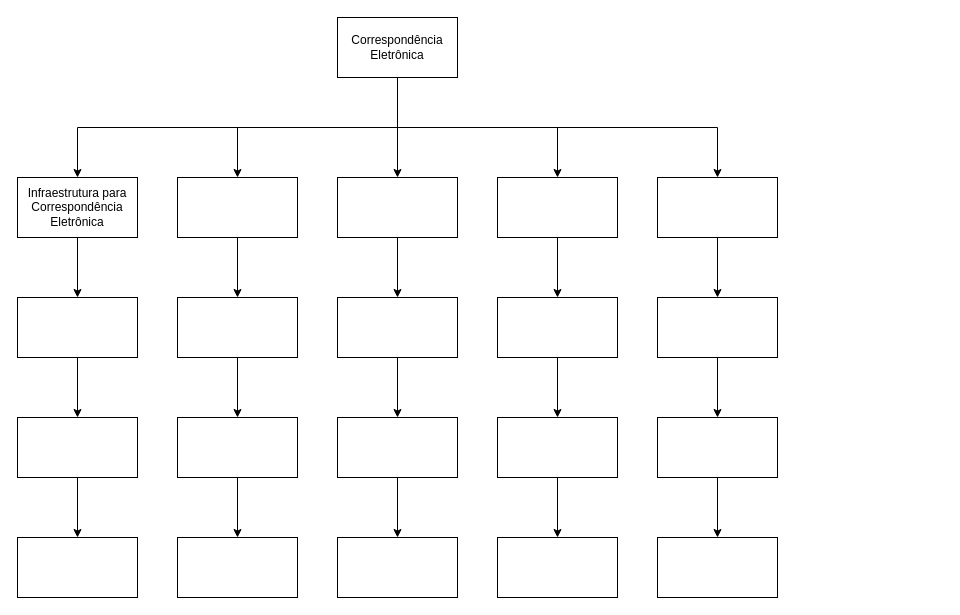
The draw.io diagram AVA 01-10-2023.drawio in John-The-Fox/4-semestre, before the edit. Source tidied: cells renumbered, new cells numbered last; positions are measured from the earlier drawing's top-left corner, leaving out a move shared by most shapes. Both pictures are drawn from the tidied source at 100%, with x=0, y=0 at pixel (17, 17).
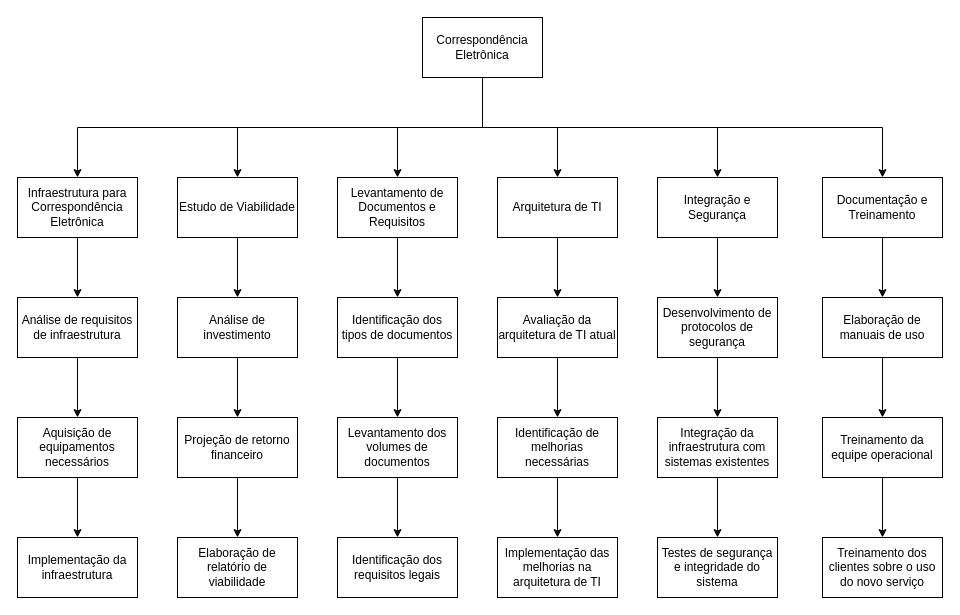
Above is the later version.

The edit, as a diff of the source:
```diff
@@
+    <mxCell id="43" style="edgeStyle=orthogonalEdgeStyle;rounded=0;jettySize=auto;html=1;exitX=0.5;exitY=1;exitDx=0;exitDy=0;" parent="1" edge="1" source="7" target="45">
+      <mxGeometry relative="1" as="geometry" />
+    </mxCell>
     <mxCell id="7" value="Correspondência Eletrônica&lt;span id=&quot;docs-internal-guid-e67e9642-7fff-54b9-82e5-9a89ee6bfa45&quot;&gt;&lt;/span&gt;" style="rounded=0;whiteSpace=wrap;html=1;" parent="1" vertex="1">
-      <mxGeometry x="320" width="120" height="60" as="geometry" />
+      <mxGeometry x="405" width="120" height="60" as="geometry" />
     </mxCell>
@@
-    <mxCell id="9" style="rounded=0;whiteSpace=wrap;html=1;" parent="1" vertex="1">
+    <mxCell id="9" value="Levantamento de Documentos e Requisitos" style="rounded=0;whiteSpace=wrap;html=1;" parent="1" vertex="1">
       <mxGeometry x="320" y="160" width="120" height="60" as="geometry" />
     </mxCell>
@@
-    <mxCell id="11" style="rounded=0;whiteSpace=wrap;html=1;" parent="1" vertex="1">
+    <mxCell id="11" value="Estudo de Viabilidade" style="rounded=0;whiteSpace=wrap;html=1;" parent="1" vertex="1">
       <mxGeometry x="160" y="160" width="120" height="60" as="geometry" />
     </mxCell>
@@
-    <mxCell id="13" style="rounded=0;whiteSpace=wrap;html=1;" parent="1" vertex="1">
+    <mxCell id="13" value="Arquitetura de TI" style="rounded=0;whiteSpace=wrap;html=1;" parent="1" vertex="1">
       <mxGeometry x="480" y="160" width="120" height="60" as="geometry" />
     </mxCell>
@@
-    <mxCell id="17" style="rounded=0;whiteSpace=wrap;html=1;" parent="1" vertex="1">
+    <mxCell id="17" value="Integração e Segurança" style="rounded=0;whiteSpace=wrap;html=1;" parent="1" vertex="1">
       <mxGeometry x="640" y="160" width="120" height="60" as="geometry" />
     </mxCell>
@@
-    <mxCell id="19" style="rounded=0;whiteSpace=wrap;html=1;" parent="1" vertex="1">
+    <mxCell id="19" value="Identificação dos tipos de documentos" style="rounded=0;whiteSpace=wrap;html=1;" parent="1" vertex="1">
       <mxGeometry x="320" y="280" width="120" height="60" as="geometry" />
     </mxCell>
@@
-    <mxCell id="21" style="rounded=0;whiteSpace=wrap;html=1;" parent="1" vertex="1">
+    <mxCell id="21" value="Análise de investimento" style="rounded=0;whiteSpace=wrap;html=1;" parent="1" vertex="1">
       <mxGeometry x="160" y="280" width="120" height="60" as="geometry" />
     </mxCell>
@@
-    <mxCell id="23" style="rounded=0;whiteSpace=wrap;html=1;" parent="1" vertex="1">
+    <mxCell id="23" value="Avaliação da arquitetura de TI atual" style="rounded=0;whiteSpace=wrap;html=1;" parent="1" vertex="1">
       <mxGeometry x="480" y="280" width="120" height="60" as="geometry" />
     </mxCell>
@@
-    <mxCell id="25" style="rounded=0;whiteSpace=wrap;html=1;" parent="1" vertex="1">
+    <mxCell id="25" value="Análise de requisitos de infraestrutura" style="rounded=0;whiteSpace=wrap;html=1;" parent="1" vertex="1">
       <mxGeometry y="280" width="120" height="60" as="geometry" />
     </mxCell>
@@
-    <mxCell id="27" style="rounded=0;whiteSpace=wrap;html=1;" parent="1" vertex="1">
+    <mxCell id="27" value="Desenvolvimento de protocolos de segurança" style="rounded=0;whiteSpace=wrap;html=1;" parent="1" vertex="1">
       <mxGeometry x="640" y="280" width="120" height="60" as="geometry" />
     </mxCell>
@@
-    <mxCell id="29" style="rounded=0;whiteSpace=wrap;html=1;" parent="1" vertex="1">
+    <mxCell id="29" value="Levantamento dos volumes de documentos" style="rounded=0;whiteSpace=wrap;html=1;" parent="1" vertex="1">
       <mxGeometry x="320" y="400" width="120" height="60" as="geometry" />
     </mxCell>
@@
-    <mxCell id="31" style="rounded=0;whiteSpace=wrap;html=1;" parent="1" vertex="1">
+    <mxCell id="31" value="Projeção de retorno financeiro" style="rounded=0;whiteSpace=wrap;html=1;" parent="1" vertex="1">
       <mxGeometry x="160" y="400" width="120" height="60" as="geometry" />
     </mxCell>
@@
-    <mxCell id="33" style="rounded=0;whiteSpace=wrap;html=1;" parent="1" vertex="1">
+    <mxCell id="33" value=" Identificação de melhorias necessárias" style="rounded=0;whiteSpace=wrap;html=1;" parent="1" vertex="1">
       <mxGeometry x="480" y="400" width="120" height="60" as="geometry" />
     </mxCell>
@@
-    <mxCell id="35" style="rounded=0;whiteSpace=wrap;html=1;" parent="1" vertex="1">
+    <mxCell id="35" value="Aquisição de equipamentos necessários" style="rounded=0;whiteSpace=wrap;html=1;" parent="1" vertex="1">
       <mxGeometry y="400" width="120" height="60" as="geometry" />
     </mxCell>
@@
-    <mxCell id="37" style="rounded=0;whiteSpace=wrap;html=1;" parent="1" vertex="1">
+    <mxCell id="37" value="Integração da infraestrutura com sistemas existentes" style="rounded=0;whiteSpace=wrap;html=1;" parent="1" vertex="1">
       <mxGeometry x="640" y="400" width="120" height="60" as="geometry" />
     </mxCell>
-    <mxCell id="38" style="rounded=0;whiteSpace=wrap;html=1;" parent="1" vertex="1">
+    <mxCell id="38" value="Identificação dos requisitos legais" style="rounded=0;whiteSpace=wrap;html=1;" parent="1" vertex="1">
       <mxGeometry x="320" y="520" width="120" height="60" as="geometry" />
     </mxCell>
-    <mxCell id="39" style="rounded=0;whiteSpace=wrap;html=1;" parent="1" vertex="1">
+    <mxCell id="39" value="Elaboração de relatório de viabilidade" style="rounded=0;whiteSpace=wrap;html=1;" parent="1" vertex="1">
       <mxGeometry x="160" y="520" width="120" height="60" as="geometry" />
     </mxCell>
-    <mxCell id="40" style="rounded=0;whiteSpace=wrap;html=1;" parent="1" vertex="1">
+    <mxCell id="40" value="Implementação das melhorias na arquitetura de TI" style="rounded=0;whiteSpace=wrap;html=1;" parent="1" vertex="1">
       <mxGeometry x="480" y="520" width="120" height="60" as="geometry" />
     </mxCell>
-    <mxCell id="41" style="rounded=0;whiteSpace=wrap;html=1;" parent="1" vertex="1">
+    <mxCell id="41" value="Implementação da infraestrutura" style="rounded=0;whiteSpace=wrap;html=1;" parent="1" vertex="1">
       <mxGeometry y="520" width="120" height="60" as="geometry" />
     </mxCell>
-    <mxCell id="42" style="rounded=0;whiteSpace=wrap;html=1;" parent="1" vertex="1">
+    <mxCell id="42" value="Testes de segurança e integridade do sistema" style="rounded=0;whiteSpace=wrap;html=1;" parent="1" vertex="1">
       <mxGeometry x="640" y="520" width="120" height="60" as="geometry" />
     </mxCell>
+    <mxCell id="44" style="edgeStyle=orthogonalEdgeStyle;rounded=0;jettySize=auto;html=1;exitX=0.5;exitY=1;exitDx=0;exitDy=0;entryX=0.5;entryY=0;entryDx=0;entryDy=0;" parent="1" edge="1" source="45" target="47">
+      <mxGeometry relative="1" as="geometry" />
+    </mxCell>
+    <mxCell id="45" value="Documentação e Treinamento" style="rounded=0;whiteSpace=wrap;html=1;" parent="1" vertex="1">
+      <mxGeometry x="805" y="160" width="120" height="60" as="geometry" />
+    </mxCell>
+    <mxCell id="46" style="edgeStyle=orthogonalEdgeStyle;rounded=0;jettySize=auto;html=1;exitX=0.5;exitY=1;exitDx=0;exitDy=0;entryX=0.5;entryY=0;entryDx=0;entryDy=0;" parent="1" edge="1" source="47" target="49">
+      <mxGeometry relative="1" as="geometry" />
+    </mxCell>
+    <mxCell id="47" value="Elaboração de manuais de uso" style="rounded=0;whiteSpace=wrap;html=1;" parent="1" vertex="1">
+      <mxGeometry x="805" y="280" width="120" height="60" as="geometry" />
+    </mxCell>
+    <mxCell id="48" style="edgeStyle=orthogonalEdgeStyle;rounded=0;jettySize=auto;html=1;exitX=0.5;exitY=1;exitDx=0;exitDy=0;entryX=0.5;entryY=0;entryDx=0;entryDy=0;" parent="1" edge="1" source="49" target="50">
+      <mxGeometry relative="1" as="geometry" />
+    </mxCell>
+    <mxCell id="49" value="Treinamento da equipe operacional" style="rounded=0;whiteSpace=wrap;html=1;" parent="1" vertex="1">
+      <mxGeometry x="805" y="400" width="120" height="60" as="geometry" />
+    </mxCell>
+    <mxCell id="50" value="Treinamento dos clientes sobre o uso do novo serviço" style="rounded=0;whiteSpace=wrap;html=1;" parent="1" vertex="1">
+      <mxGeometry x="805" y="520" width="120" height="60" as="geometry" />
+    </mxCell>
```
